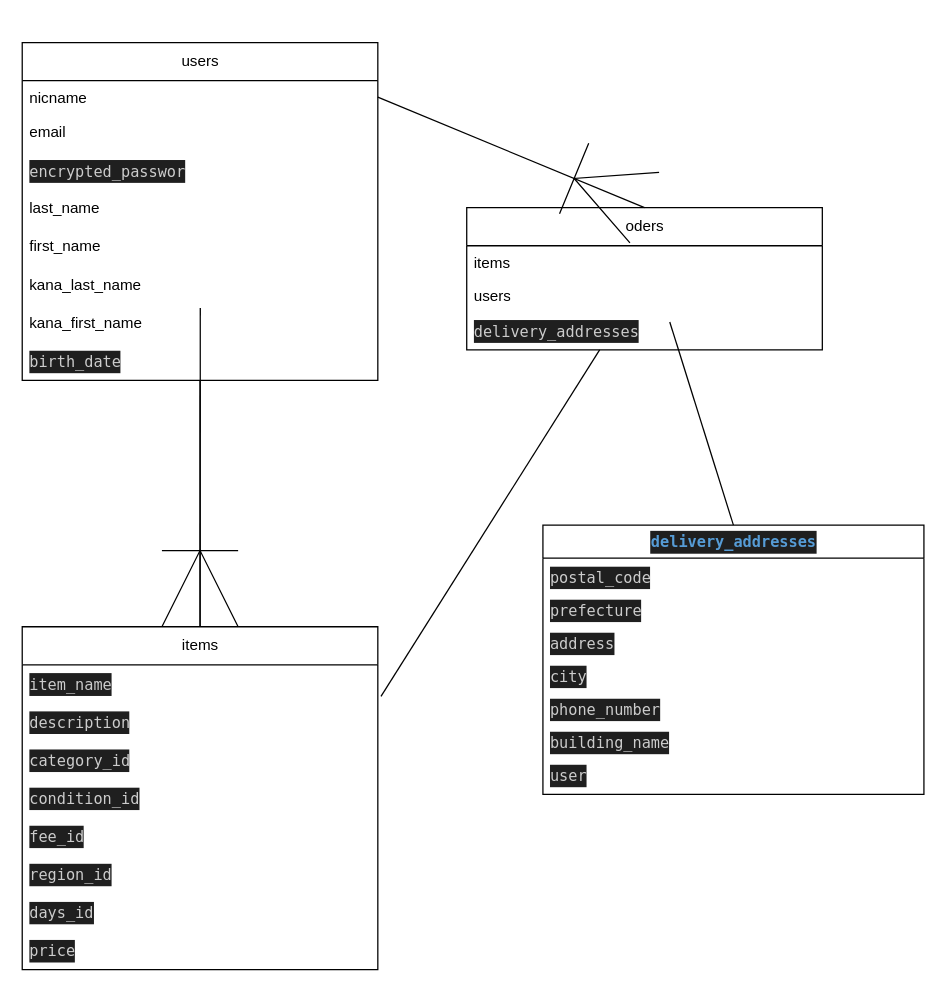
Earlier version of the draw.io diagram furima.dio (yosyncr/furima-39470). Source tidied: cells renumbered, new cells numbered last; positions are measured from the earlier drawing's top-left corner, leaving out a move shared by most shapes. Both pictures are drawn from the tidied source at 127%, with x=0, y=0 at pixel (22, 42).
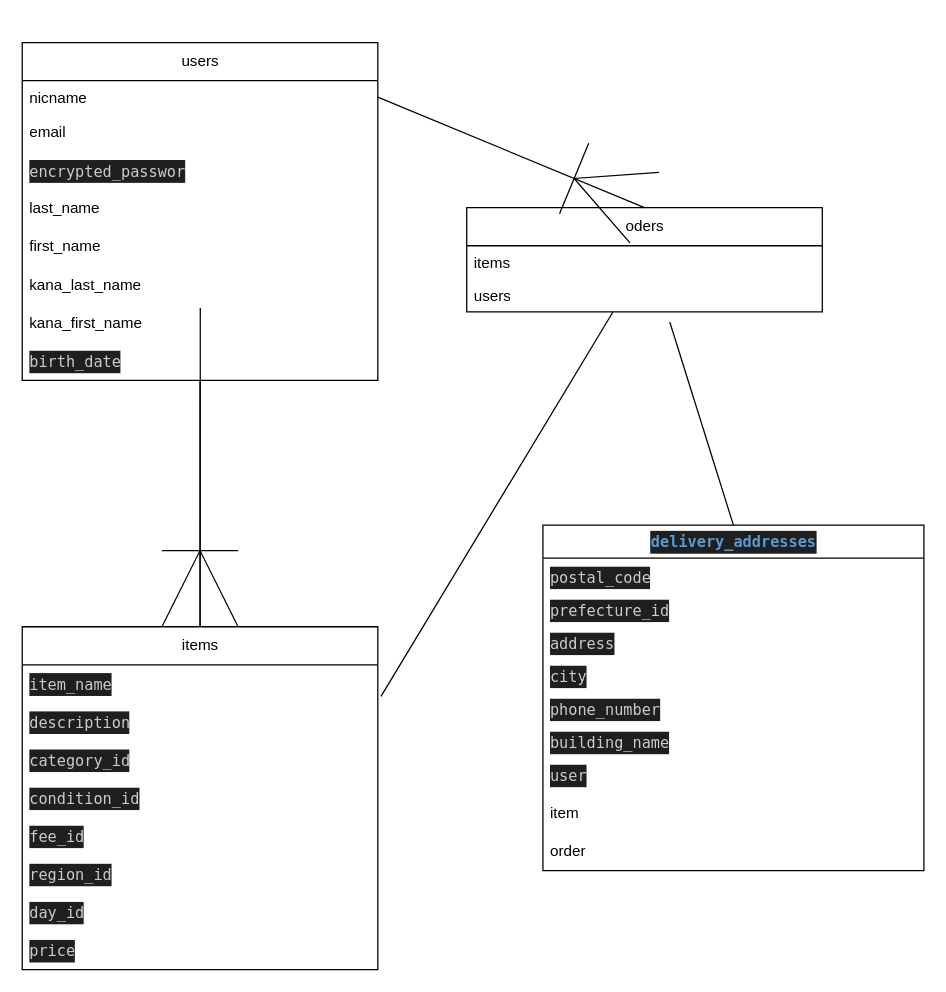
Above is the later version.

The change refers to these unchanged cells:
```xml
<mxCell id="13" value="items" style="swimlane;fontStyle=0;horizontal=1;startSize=30;fillColor=none;html=1;" parent="1" vertex="1">
  <mxGeometry y="460" width="280" height="270" as="geometry" />
</mxCell>
```

Diff of the diagram source:
```diff
@@
-    <mxCell id="20" value="&lt;div style=&quot;color: rgb(204, 204, 204); background-color: rgb(31, 31, 31); font-family: Menlo, Monaco, &amp;quot;Courier New&amp;quot;, monospace; line-height: 18px;&quot;&gt;days_id &lt;/div&gt;" style="text;strokeColor=none;fillColor=none;align=left;verticalAlign=middle;spacingLeft=4;spacingRight=4;overflow=hidden;whiteSpace=wrap;html=1;" parent="13" vertex="1">
+    <mxCell id="20" value="&lt;div style=&quot;color: rgb(204, 204, 204); background-color: rgb(31, 31, 31); font-family: Menlo, Monaco, &amp;quot;Courier New&amp;quot;, monospace; line-height: 18px;&quot;&gt;day_id &lt;/div&gt;" style="text;strokeColor=none;fillColor=none;align=left;verticalAlign=middle;spacingLeft=4;spacingRight=4;overflow=hidden;whiteSpace=wrap;html=1;" parent="13" vertex="1">
       <mxGeometry y="210" width="280" height="30" as="geometry" />
     </mxCell>
@@
     <mxCell id="23" value="oders" style="swimlane;fontStyle=0;horizontal=1;startSize=30;fillColor=none;html=1;" parent="1" vertex="1">
-      <mxGeometry x="350" y="130" width="280" height="112" as="geometry" />
+      <mxGeometry x="350" y="130" width="280" height="82" as="geometry" />
     </mxCell>
@@
-    <mxCell id="26" value="&lt;div style=&quot;color: rgb(204, 204, 204); background-color: rgb(31, 31, 31); font-family: Menlo, Monaco, &amp;quot;Courier New&amp;quot;, monospace; line-height: 18px;&quot;&gt;delivery_addresses&lt;/div&gt;" style="text;strokeColor=none;fillColor=none;align=left;verticalAlign=middle;spacingLeft=4;spacingRight=4;overflow=hidden;whiteSpace=wrap;html=1;" parent="23" vertex="1">
-      <mxGeometry y="82" width="280" height="30" as="geometry" />
-    </mxCell>
@@
     <mxCell id="29" value="&lt;div style=&quot;color: rgb(204, 204, 204); background-color: rgb(31, 31, 31); font-family: Menlo, Monaco, &amp;quot;Courier New&amp;quot;, monospace; line-height: 18px;&quot;&gt;&lt;span style=&quot;color: #569cd6;font-weight: bold;&quot;&gt;delivery_addresses&lt;/span&gt;&lt;/div&gt;" style="swimlane;fontStyle=0;horizontal=1;startSize=26;fillColor=none;html=1;" parent="1" vertex="1">
-      <mxGeometry x="410" y="380" width="300" height="212" as="geometry" />
+      <mxGeometry x="410" y="380" width="300" height="272" as="geometry" />
     </mxCell>
@@
-    <mxCell id="31" value="&lt;div style=&quot;color: rgb(204, 204, 204); background-color: rgb(31, 31, 31); font-family: Menlo, Monaco, &amp;quot;Courier New&amp;quot;, monospace; line-height: 18px;&quot;&gt;prefecture&lt;/div&gt;" style="text;strokeColor=none;fillColor=none;align=left;verticalAlign=top;spacingLeft=4;spacingRight=4;overflow=hidden;whiteSpace=wrap;html=1;" parent="29" vertex="1">
+    <mxCell id="31" value="&lt;div style=&quot;color: rgb(204, 204, 204); background-color: rgb(31, 31, 31); font-family: Menlo, Monaco, &amp;quot;Courier New&amp;quot;, monospace; line-height: 18px;&quot;&gt;prefecture_id&lt;/div&gt;" style="text;strokeColor=none;fillColor=none;align=left;verticalAlign=top;spacingLeft=4;spacingRight=4;overflow=hidden;whiteSpace=wrap;html=1;" parent="29" vertex="1">
       <mxGeometry y="52" width="300" height="26" as="geometry" />
     </mxCell>
@@
+    <mxCell id="37" value="item" style="text;strokeColor=none;fillColor=none;align=left;verticalAlign=middle;spacingLeft=4;spacingRight=4;overflow=hidden;whiteSpace=wrap;html=1;" parent="29" vertex="1">
+      <mxGeometry y="212" width="300" height="30" as="geometry" />
+    </mxCell>
+    <mxCell id="38" value="order" style="text;strokeColor=none;fillColor=none;align=left;verticalAlign=middle;spacingLeft=4;spacingRight=4;overflow=hidden;whiteSpace=wrap;html=1;" parent="29" vertex="1">
+      <mxGeometry y="242" width="300" height="30" as="geometry" />
+    </mxCell>
```
